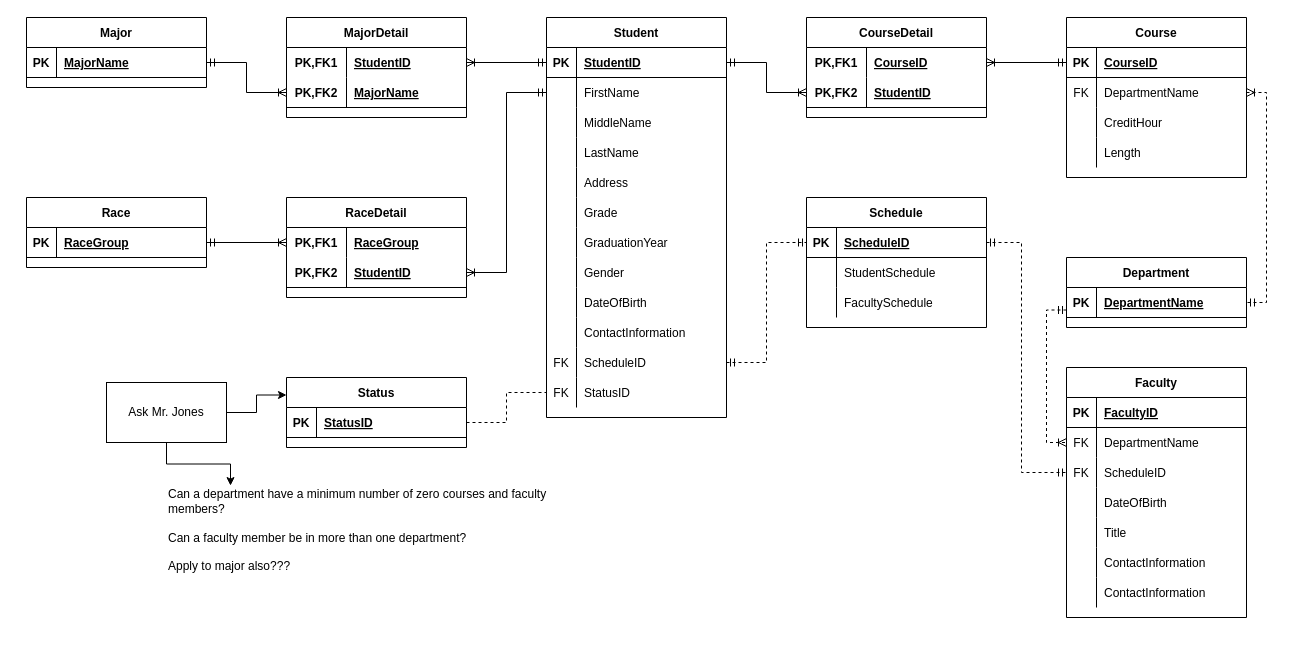
Before: National Education Associates ERD.drawio in JerryJi002/Diagrams, a draw.io diagram. Source tidied: cells renumbered, new cells numbered last; positions are measured from the earlier drawing's top-left corner, leaving out a move shared by most shapes. Both pictures are drawn from the tidied source at 100%, with x=0, y=0 at pixel (26, 17).
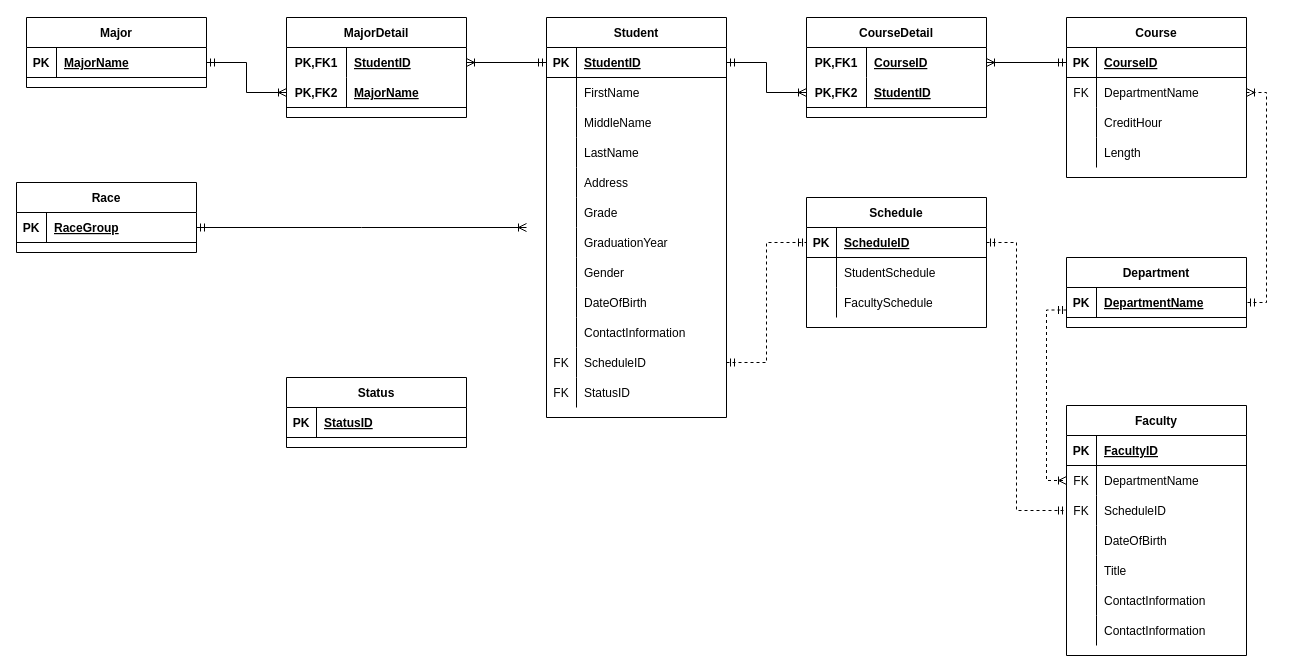
Above is the later version.

The change refers to these unchanged cells:
```xml
<mxCell id="6" style="shape=tableRow;horizontal=0;startSize=0;swimlaneHead=0;swimlaneBody=0;fillColor=none;points=[[0,0.5],[1,0.5]];portConstraint=eastwest;top=0;left=0;right=0;bottom=0;" parent="2" vertex="1">
  <mxGeometry y="60" width="180" height="30" as="geometry" />
</mxCell>
<mxCell id="36" style="shape=tableRow;horizontal=0;startSize=0;swimlaneHead=0;swimlaneBody=0;fillColor=none;points=[[0,0.5],[1,0.5]];portConstraint=eastwest;top=0;left=0;right=0;bottom=0;" parent="2" vertex="1">
  <mxGeometry y="360" width="180" height="30" as="geometry" />
</mxCell>
<mxCell id="40" style="shape=tableRow;horizontal=0;startSize=0;swimlaneHead=0;swimlaneBody=0;fillColor=none;points=[[0,0.5],[1,0.5]];portConstraint=eastwest;top=0;left=0;right=0;bottom=1;" parent="39" vertex="1">
  <mxGeometry y="30" width="180" height="30" as="geometry" />
</mxCell>
<mxCell id="53" style="shape=tableRow;horizontal=0;startSize=0;swimlaneHead=0;swimlaneBody=0;fillColor=none;points=[[0,0.5],[1,0.5]];portConstraint=eastwest;top=0;left=0;right=0;bottom=0;" parent="49" vertex="1">
  <mxGeometry y="60" width="180" height="30" as="geometry" />
</mxCell>
<mxCell id="56" style="shape=tableRow;horizontal=0;startSize=0;swimlaneHead=0;swimlaneBody=0;fillColor=none;points=[[0,0.5],[1,0.5]];portConstraint=eastwest;top=0;left=0;right=0;bottom=0;" parent="49" vertex="1">
  <mxGeometry y="90" width="180" height="30" as="geometry" />
</mxCell>
<mxCell id="72" value="Department" style="shape=table;startSize=30;childLayout=tableLayout;rowLines=0;fontStyle=1;align=center;" parent="1" vertex="1">
  <mxGeometry x="1040" y="240" width="180" height="70" as="geometry" />
</mxCell>
<mxCell id="101" style="shape=tableRow;horizontal=0;startSize=0;swimlaneHead=0;swimlaneBody=0;fillColor=none;points=[[0,0.5],[1,0.5]];portConstraint=eastwest;top=0;left=0;right=0;bottom=1;" parent="100" vertex="1">
  <mxGeometry y="30" width="180" height="30" as="geometry" />
</mxCell>
<mxCell id="104" value="Status" style="shape=table;startSize=30;childLayout=tableLayout;rowLines=0;fontStyle=1;align=center;" parent="1" vertex="1">
  <mxGeometry x="260" y="360" width="180" height="70" as="geometry" />
</mxCell>
<mxCell id="105" style="shape=tableRow;horizontal=0;startSize=0;swimlaneHead=0;swimlaneBody=0;fillColor=none;points=[[0,0.5],[1,0.5]];portConstraint=eastwest;top=0;left=0;right=0;bottom=1;" parent="104" vertex="1">
  <mxGeometry y="30" width="180" height="30" as="geometry" />
</mxCell>
```

Diff of the diagram source:
```diff
@@
     <mxCell id="49" value="Faculty" style="shape=table;startSize=30;childLayout=tableLayout;rowLines=0;fontStyle=1;align=center;" parent="1" vertex="1">
-      <mxGeometry x="1040" y="350" width="180" height="250" as="geometry" />
+      <mxGeometry x="1040" y="388" width="180" height="250" as="geometry" />
     </mxCell>
@@
     <mxCell id="71" style="edgeStyle=orthogonalEdgeStyle;rounded=0;jettySize=auto;html=1;exitX=0;exitY=0.75;exitDx=0;exitDy=0;entryX=0;entryY=0.5;entryDx=0;entryDy=0;dashed=1;startArrow=ERmandOne;startFill=0;endArrow=ERoneToMany;endFill=0;" parent="1" edge="1" source="72" target="53">
-      <mxGeometry relative="1" as="geometry" />
+      <mxGeometry relative="1" as="geometry">
+        <Array as="points">
+          <mxPoint x="1020" y="293" />
+          <mxPoint x="1020" y="463" />
+        </Array>
+      </mxGeometry>
     </mxCell>
@@
     <mxCell id="100" value="Race" style="shape=table;startSize=30;childLayout=tableLayout;rowLines=0;fontStyle=1;align=center;" parent="1" vertex="1">
-      <mxGeometry y="180" width="180" height="70" as="geometry" />
+      <mxGeometry x="-10" y="165" width="180" height="70" as="geometry" />
     </mxCell>
@@
-    <mxCell id="112" style="edgeStyle=orthogonalEdgeStyle;rounded=0;jettySize=auto;html=1;exitX=1;exitY=0.5;exitDx=0;exitDy=0;entryX=0;entryY=0.5;entryDx=0;entryDy=0;startArrow=ERmandOne;startFill=0;dashed=1;endArrow=ERmandOne;endFill=0;" parent="1" edge="1" source="40" target="56">
-      <mxGeometry relative="1" as="geometry">
-        <Array as="points">
-          <mxPoint x="995" y="225" />
-          <mxPoint x="995" y="455" />
-        </Array>
-      </mxGeometry>
-    </mxCell>
@@
-    <mxCell id="120" style="edgeStyle=orthogonalEdgeStyle;rounded=0;jettySize=auto;html=1;exitX=1;exitY=0.75;exitDx=0;exitDy=0;startArrow=ERoneToMany;startFill=0;endArrow=ERmandOne;endFill=0;entryX=0;entryY=0.5;entryDx=0;entryDy=0;" parent="1" edge="1" source="121" target="6">
-      <mxGeometry relative="1" as="geometry" />
-    </mxCell>
-    <mxCell id="121" value="RaceDetail" style="shape=table;startSize=30;childLayout=tableLayout;rowLines=0;fontStyle=1;align=center;" parent="1" vertex="1">
-      <mxGeometry x="260" y="180" width="180" height="100" as="geometry" />
-    </mxCell>
-    <mxCell id="122" style="shape=tableRow;horizontal=0;startSize=0;swimlaneHead=0;swimlaneBody=0;fillColor=none;points=[[0,0.5],[1,0.5]];portConstraint=eastwest;top=0;left=0;right=0;bottom=0;" parent="121" vertex="1">
-      <mxGeometry y="30" width="180" height="30" as="geometry" />
-    </mxCell>
-    <mxCell id="123" value="PK,FK1" style="shape=partialRectangle;fillColor=none;top=0;left=0;bottom=0;right=0;fontStyle=1;overflow=hidden;" parent="122" vertex="1">
-      <mxGeometry width="60" height="30" as="geometry" />
-    </mxCell>
-    <mxCell id="124" value="RaceGroup" style="shape=partialRectangle;fillColor=none;top=0;left=0;bottom=0;right=0;align=left;spacingLeft=6;fontStyle=5;overflow=hidden;" parent="122" vertex="1">
-      <mxGeometry x="60" width="120" height="30" as="geometry" />
-    </mxCell>
-    <mxCell id="125" style="shape=tableRow;horizontal=0;startSize=0;swimlaneHead=0;swimlaneBody=0;fillColor=none;top=0;left=0;right=0;bottom=1;" parent="121" vertex="1">
-      <mxGeometry y="60" width="180" height="30" as="geometry" />
-    </mxCell>
-    <mxCell id="126" value="PK,FK2" style="shape=partialRectangle;fillColor=none;top=0;left=0;bottom=0;right=0;fontStyle=1;overflow=hidden;" parent="125" vertex="1">
-      <mxGeometry width="60" height="30" as="geometry" />
-    </mxCell>
-    <mxCell id="127" value="StudentID" style="shape=partialRectangle;fillColor=none;top=0;left=0;bottom=0;right=0;align=left;spacingLeft=6;fontStyle=5;overflow=hidden;" parent="125" vertex="1">
-      <mxGeometry x="60" width="120" height="30" as="geometry" />
-    </mxCell>
@@
-    <mxCell id="130" style="edgeStyle=orthogonalEdgeStyle;rounded=0;jettySize=auto;html=1;exitX=1;exitY=0.5;exitDx=0;exitDy=0;entryX=0;entryY=0.5;entryDx=0;entryDy=0;startArrow=ERmandOne;startFill=0;endArrow=ERoneToMany;endFill=0;" parent="1" edge="1" source="101" target="122">
-      <mxGeometry relative="1" as="geometry" />
+    <mxCell id="130" style="edgeStyle=orthogonalEdgeStyle;rounded=0;jettySize=auto;html=1;exitX=1;exitY=0.5;exitDx=0;exitDy=0;startArrow=ERmandOne;startFill=0;endArrow=ERoneToMany;endFill=0;" parent="1" edge="1" source="101">
+      <mxGeometry relative="1" as="geometry">
+        <mxPoint x="500" y="210" as="targetPoint" />
+      </mxGeometry>
     </mxCell>
-    <mxCell id="131" style="edgeStyle=orthogonalEdgeStyle;rounded=0;jettySize=auto;html=1;exitX=1;exitY=0.5;exitDx=0;exitDy=0;entryX=0;entryY=0.5;entryDx=0;entryDy=0;dashed=1;startArrow=none;startFill=0;endArrow=none;endFill=0;" parent="1" edge="1" source="105" target="36">
-      <mxGeometry relative="1" as="geometry" />
-    </mxCell>
-    <mxCell id="132" style="edgeStyle=orthogonalEdgeStyle;rounded=0;jettySize=auto;html=1;exitX=1;exitY=0.5;exitDx=0;exitDy=0;entryX=0;entryY=0.25;entryDx=0;entryDy=0;startArrow=none;startFill=0;endArrow=classic;endFill=1;" parent="1" edge="1" source="134" target="104">
-      <mxGeometry relative="1" as="geometry" />
-    </mxCell>
-    <mxCell id="133" style="edgeStyle=orthogonalEdgeStyle;rounded=0;jettySize=auto;html=1;exitX=0.5;exitY=1;exitDx=0;exitDy=0;entryX=0.16;entryY=0.001;entryDx=0;entryDy=0;entryPerimeter=0;startArrow=none;startFill=0;endArrow=classic;endFill=1;" parent="1" edge="1" source="134" target="135">
-      <mxGeometry relative="1" as="geometry" />
-    </mxCell>
-    <mxCell id="134" value="Ask Mr. Jones" style="rounded=0;whiteSpace=wrap;html=1;" parent="1" vertex="1">
-      <mxGeometry x="80" y="365" width="120" height="60" as="geometry" />
-    </mxCell>
-    <mxCell id="135" value="&lt;div&gt;Can a department have a minimum number of zero courses and faculty&lt;/div&gt;&lt;div&gt;members?&lt;/div&gt;&lt;div&gt;&lt;br&gt;&lt;/div&gt;&lt;div&gt;Can a faculty member be in more than one department?&lt;/div&gt;&lt;div&gt;&lt;br&gt;&lt;/div&gt;&lt;div&gt;Apply to major also???&lt;/div&gt;" style="text;html=1;align=left;verticalAlign=middle;points=[];strokeColor=none;fillColor=none;" parent="1" vertex="1">
-      <mxGeometry x="140" y="468" width="400" height="90" as="geometry" />
-    </mxCell>
+    <mxCell id="112" style="edgeStyle=orthogonalEdgeStyle;rounded=0;jettySize=auto;html=1;exitX=1;exitY=0.5;exitDx=0;exitDy=0;entryX=0;entryY=0.5;entryDx=0;entryDy=0;startArrow=ERmandOne;startFill=0;endArrow=ERmandOne;endFill=0;dashed=1;" parent="1" edge="1" source="40" target="56">
+      <mxGeometry relative="1" as="geometry">
+        <Array as="points">
+          <mxPoint x="990" y="225" />
+          <mxPoint x="990" y="493" />
+        </Array>
+      </mxGeometry>
+    </mxCell>
```
